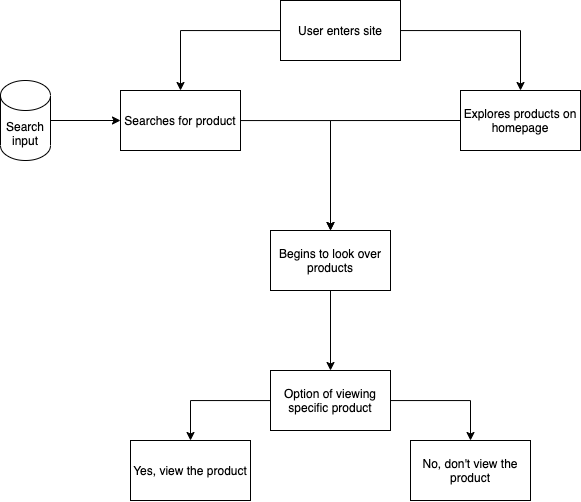
gmihir/fa21-cse110-lab4 keeps this draw.io diagram as explore/diagramming/diagram.drawio.png. Above is the earlier version. Source tidied: cells renumbered, new cells last; positions are measured from the earlier drawing's top-left corner, leaving out a move shared by most shapes.
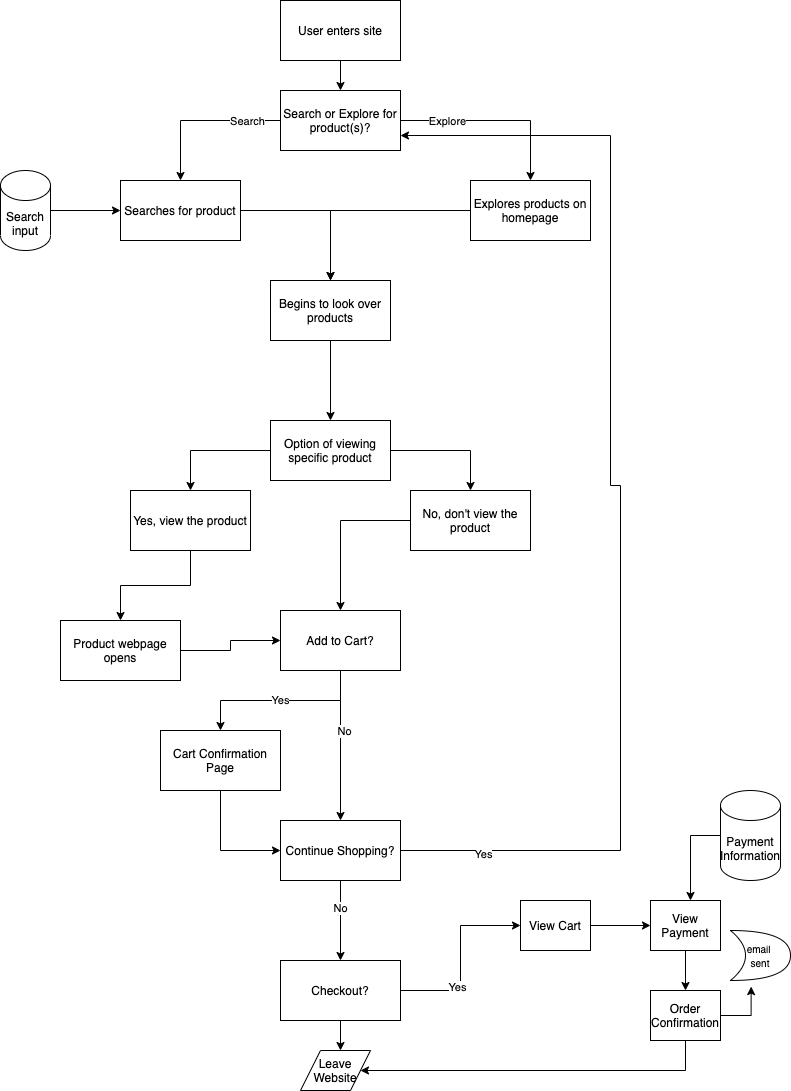
The same diagram one commit later.

What changed in the source:
```diff
@@ -2,32 +2,29 @@
   <root>
     <mxCell id="0" />
     <mxCell id="1" parent="0" />
-    <mxCell id="2" style="edgeStyle=orthogonalEdgeStyle;rounded=0;jettySize=auto;html=1;" parent="1" edge="1" source="4" target="6">
-      <mxGeometry relative="1" as="geometry" />
-    </mxCell>
-    <mxCell id="3" style="edgeStyle=orthogonalEdgeStyle;rounded=0;jettySize=auto;html=1;" parent="1" edge="1" source="4" target="8">
-      <mxGeometry relative="1" as="geometry" />
-    </mxCell>
+    <mxCell id="18" style="edgeStyle=orthogonalEdgeStyle;rounded=0;jettySize=auto;html=1;" parent="1" edge="1" source="4" target="38">
+      <mxGeometry relative="1" as="geometry" />
+    </mxCell>
     <mxCell id="4" value="User enters site" style="rounded=0;whiteSpace=wrap;html=1;" parent="1" vertex="1">
-      <mxGeometry x="280" width="120" height="60" as="geometry" />
+      <mxGeometry x="280" y="-50" width="120" height="60" as="geometry" />
     </mxCell>
     <mxCell id="5" style="edgeStyle=orthogonalEdgeStyle;rounded=0;jettySize=auto;html=1;" parent="1" edge="1" source="6" target="12">
       <mxGeometry relative="1" as="geometry" />
     </mxCell>
     <mxCell id="6" value="Searches for product" style="rounded=0;whiteSpace=wrap;html=1;" parent="1" vertex="1">
-      <mxGeometry x="120" y="90" width="120" height="60" as="geometry" />
+      <mxGeometry x="120" y="130" width="120" height="60" as="geometry" />
     </mxCell>
     <mxCell id="7" style="edgeStyle=orthogonalEdgeStyle;rounded=0;jettySize=auto;html=1;exitX=0;exitY=0.5;exitDx=0;exitDy=0;entryX=0.5;entryY=0;entryDx=0;entryDy=0;" parent="1" edge="1" source="8" target="12">
       <mxGeometry relative="1" as="geometry" />
     </mxCell>
     <mxCell id="8" value="Explores products on homepage" style="rounded=0;whiteSpace=wrap;html=1;" parent="1" vertex="1">
-      <mxGeometry x="460" y="90" width="120" height="60" as="geometry" />
+      <mxGeometry x="470" y="130" width="120" height="60" as="geometry" />
     </mxCell>
     <mxCell id="9" style="edgeStyle=orthogonalEdgeStyle;rounded=0;jettySize=auto;html=1;entryX=0;entryY=0.5;entryDx=0;entryDy=0;" parent="1" edge="1" source="10" target="6">
       <mxGeometry relative="1" as="geometry" />
     </mxCell>
     <mxCell id="10" value="Search input" style="shape=cylinder3;whiteSpace=wrap;html=1;boundedLbl=1;backgroundOutline=1;size=15;" parent="1" vertex="1">
-      <mxGeometry y="80" width="50" height="80" as="geometry" />
+      <mxGeometry y="120" width="50" height="80" as="geometry" />
     </mxCell>
     <mxCell id="11" style="edgeStyle=orthogonalEdgeStyle;rounded=0;jettySize=auto;html=1;" parent="1" edge="1" source="12" target="15">
       <mxGeometry relative="1" as="geometry" />
@@ -44,11 +41,137 @@
     <mxCell id="15" value="Option of viewing specific product" style="rounded=0;whiteSpace=wrap;html=1;" parent="1" vertex="1">
       <mxGeometry x="270" y="370" width="120" height="60" as="geometry" />
     </mxCell>
+    <mxCell id="19" style="edgeStyle=orthogonalEdgeStyle;rounded=0;jettySize=auto;html=1;exitX=0.5;exitY=1;exitDx=0;exitDy=0;" parent="1" edge="1" source="16">
+      <mxGeometry relative="1" as="geometry">
+        <mxPoint x="120" y="570" as="targetPoint" />
+      </mxGeometry>
+    </mxCell>
     <mxCell id="16" value="Yes, view the product" style="rounded=0;whiteSpace=wrap;html=1;" parent="1" vertex="1">
       <mxGeometry x="130" y="440" width="120" height="60" as="geometry" />
     </mxCell>
+    <mxCell id="20" style="edgeStyle=orthogonalEdgeStyle;rounded=0;jettySize=auto;html=1;entryX=0.5;entryY=0;entryDx=0;entryDy=0;" parent="1" edge="1" source="17" target="24">
+      <mxGeometry relative="1" as="geometry" />
+    </mxCell>
     <mxCell id="17" value="No, don't view the product" style="rounded=0;whiteSpace=wrap;html=1;" parent="1" vertex="1">
       <mxGeometry x="410" y="440" width="120" height="60" as="geometry" />
     </mxCell>
+    <mxCell id="21" value="Yes" style="edgeStyle=orthogonalEdgeStyle;rounded=0;jettySize=auto;html=1;" parent="1" edge="1" source="24" target="28">
+      <mxGeometry relative="1" as="geometry" />
+    </mxCell>
+    <mxCell id="22" style="edgeStyle=orthogonalEdgeStyle;rounded=0;jettySize=auto;html=1;" parent="1" edge="1" source="24">
+      <mxGeometry relative="1" as="geometry">
+        <mxPoint x="340" y="770" as="targetPoint" />
+      </mxGeometry>
+    </mxCell>
+    <mxCell id="23" value="No" style="edgeLabel;html=1;align=center;verticalAlign=middle;" parent="22" vertex="1">
+      <mxGeometry x="-0.2" y="3" relative="1" as="geometry" />
+    </mxCell>
+    <mxCell id="24" value="Add to Cart?" style="rounded=0;whiteSpace=wrap;html=1;" parent="1" vertex="1">
+      <mxGeometry x="280" y="560" width="120" height="60" as="geometry" />
+    </mxCell>
+    <mxCell id="25" style="edgeStyle=orthogonalEdgeStyle;rounded=0;jettySize=auto;html=1;entryX=0;entryY=0.5;entryDx=0;entryDy=0;" parent="1" edge="1" source="26" target="24">
+      <mxGeometry relative="1" as="geometry" />
+    </mxCell>
+    <mxCell id="26" value="Product webpage opens" style="rounded=0;whiteSpace=wrap;html=1;" parent="1" vertex="1">
+      <mxGeometry x="60" y="570" width="120" height="60" as="geometry" />
+    </mxCell>
+    <mxCell id="27" style="edgeStyle=orthogonalEdgeStyle;rounded=0;jettySize=auto;html=1;entryX=0;entryY=0.5;entryDx=0;entryDy=0;" parent="1" edge="1" source="28" target="33">
+      <mxGeometry relative="1" as="geometry" />
+    </mxCell>
+    <mxCell id="28" value="Cart Confirmation Page" style="rounded=0;whiteSpace=wrap;html=1;" parent="1" vertex="1">
+      <mxGeometry x="160" y="680" width="120" height="60" as="geometry" />
+    </mxCell>
+    <mxCell id="29" style="edgeStyle=orthogonalEdgeStyle;rounded=0;jettySize=auto;html=1;entryX=1;entryY=0.75;entryDx=0;entryDy=0;" parent="1" edge="1" source="33" target="38">
+      <mxGeometry relative="1" as="geometry">
+        <Array as="points">
+          <mxPoint x="620" y="800" />
+          <mxPoint x="620" y="435" />
+          <mxPoint x="610" y="435" />
+          <mxPoint x="610" y="85" />
+        </Array>
+      </mxGeometry>
+    </mxCell>
+    <mxCell id="30" value="Yes" style="edgeLabel;html=1;align=center;verticalAlign=middle;" parent="29" vertex="1">
+      <mxGeometry x="-0.86" y="-3" relative="1" as="geometry" />
+    </mxCell>
+    <mxCell id="31" style="edgeStyle=orthogonalEdgeStyle;rounded=0;jettySize=auto;html=1;" parent="1" edge="1" source="33">
+      <mxGeometry relative="1" as="geometry">
+        <mxPoint x="340" y="910" as="targetPoint" />
+      </mxGeometry>
+    </mxCell>
+    <mxCell id="32" value="No" style="edgeLabel;html=1;align=center;verticalAlign=middle;" parent="31" vertex="1">
+      <mxGeometry x="-0.32" y="-1" relative="1" as="geometry" />
+    </mxCell>
+    <mxCell id="33" value="Continue Shopping?" style="rounded=0;whiteSpace=wrap;html=1;" parent="1" vertex="1">
+      <mxGeometry x="280" y="770" width="120" height="60" as="geometry" />
+    </mxCell>
+    <mxCell id="34" style="edgeStyle=orthogonalEdgeStyle;rounded=0;jettySize=auto;html=1;exitX=1;exitY=0.5;exitDx=0;exitDy=0;entryX=0.5;entryY=0;entryDx=0;entryDy=0;" parent="1" edge="1" source="38" target="8">
+      <mxGeometry relative="1" as="geometry" />
+    </mxCell>
+    <mxCell id="35" value="Explore" style="edgeLabel;html=1;align=center;verticalAlign=middle;" parent="34" vertex="1">
+      <mxGeometry x="-0.51" relative="1" as="geometry" />
+    </mxCell>
+    <mxCell id="36" style="edgeStyle=orthogonalEdgeStyle;rounded=0;jettySize=auto;html=1;entryX=0.5;entryY=0;entryDx=0;entryDy=0;" parent="1" edge="1" source="38" target="6">
+      <mxGeometry relative="1" as="geometry" />
+    </mxCell>
+    <mxCell id="37" value="Search" style="edgeLabel;html=1;align=center;verticalAlign=middle;" parent="36" vertex="1">
+      <mxGeometry x="-0.58" relative="1" as="geometry" />
+    </mxCell>
+    <mxCell id="38" value="Search or Explore for product(s)?" style="rounded=0;whiteSpace=wrap;html=1;" parent="1" vertex="1">
+      <mxGeometry x="280" y="40" width="120" height="60" as="geometry" />
+    </mxCell>
+    <mxCell id="39" style="edgeStyle=orthogonalEdgeStyle;rounded=0;jettySize=auto;html=1;entryX=0;entryY=0.5;entryDx=0;entryDy=0;" parent="1" edge="1" source="42" target="45">
+      <mxGeometry relative="1" as="geometry" />
+    </mxCell>
+    <mxCell id="40" value="Yes" style="edgeLabel;html=1;align=center;verticalAlign=middle;" parent="39" vertex="1">
+      <mxGeometry x="-0.31" y="4" relative="1" as="geometry" />
+    </mxCell>
+    <mxCell id="41" style="edgeStyle=orthogonalEdgeStyle;rounded=0;jettySize=auto;html=1;" parent="1" edge="1" source="42">
+      <mxGeometry relative="1" as="geometry">
+        <mxPoint x="340" y="1000" as="targetPoint" />
+      </mxGeometry>
+    </mxCell>
+    <mxCell id="42" value="Checkout?" style="rounded=0;whiteSpace=wrap;html=1;" parent="1" vertex="1">
+      <mxGeometry x="280" y="910" width="120" height="60" as="geometry" />
+    </mxCell>
+    <mxCell id="43" value="Leave Website" style="shape=parallelogram;perimeter=parallelogramPerimeter;whiteSpace=wrap;html=1;fixedSize=1;" parent="1" vertex="1">
+      <mxGeometry x="300" y="1000" width="70" height="40" as="geometry" />
+    </mxCell>
+    <mxCell id="44" style="edgeStyle=orthogonalEdgeStyle;rounded=0;jettySize=auto;html=1;" parent="1" edge="1" source="45" target="47">
+      <mxGeometry relative="1" as="geometry" />
+    </mxCell>
+    <mxCell id="45" value="View Cart" style="rounded=0;whiteSpace=wrap;html=1;" parent="1" vertex="1">
+      <mxGeometry x="520" y="850" width="70" height="50" as="geometry" />
+    </mxCell>
+    <mxCell id="46" style="edgeStyle=orthogonalEdgeStyle;rounded=0;jettySize=auto;html=1;" parent="1" edge="1" source="47" target="52">
+      <mxGeometry relative="1" as="geometry" />
+    </mxCell>
+    <mxCell id="47" value="View Payment" style="rounded=0;whiteSpace=wrap;html=1;" parent="1" vertex="1">
+      <mxGeometry x="650" y="850" width="70" height="50" as="geometry" />
+    </mxCell>
+    <mxCell id="48" style="edgeStyle=orthogonalEdgeStyle;rounded=0;jettySize=auto;html=1;" parent="1" edge="1" source="49">
+      <mxGeometry relative="1" as="geometry">
+        <mxPoint x="690" y="850" as="targetPoint" />
+      </mxGeometry>
+    </mxCell>
+    <mxCell id="49" value="Payment Information" style="shape=cylinder3;whiteSpace=wrap;html=1;boundedLbl=1;backgroundOutline=1;size=15;" parent="1" vertex="1">
+      <mxGeometry x="720" y="740" width="60" height="90" as="geometry" />
+    </mxCell>
+    <mxCell id="50" style="edgeStyle=orthogonalEdgeStyle;rounded=0;jettySize=auto;html=1;entryX=0.344;entryY=1.122;entryDx=0;entryDy=0;entryPerimeter=0;" parent="1" edge="1" source="52" target="53">
+      <mxGeometry relative="1" as="geometry" />
+    </mxCell>
+    <mxCell id="51" style="edgeStyle=orthogonalEdgeStyle;rounded=0;jettySize=auto;html=1;entryX=1;entryY=0.5;entryDx=0;entryDy=0;" parent="1" edge="1" source="52" target="43">
+      <mxGeometry relative="1" as="geometry">
+        <Array as="points">
+          <mxPoint x="685" y="1020" />
+        </Array>
+      </mxGeometry>
+    </mxCell>
+    <mxCell id="52" value="Order Confirmation" style="rounded=0;whiteSpace=wrap;html=1;" parent="1" vertex="1">
+      <mxGeometry x="650" y="940" width="70" height="50" as="geometry" />
+    </mxCell>
+    <mxCell id="53" value="&lt;font style=&quot;font-size: 10px&quot;&gt;email &lt;br&gt;sent&lt;/font&gt;" style="shape=xor;whiteSpace=wrap;html=1;" parent="1" vertex="1">
+      <mxGeometry x="730" y="880" width="60" height="50" as="geometry" />
+    </mxCell>
   </root>
 </mxGraphModel>
```
